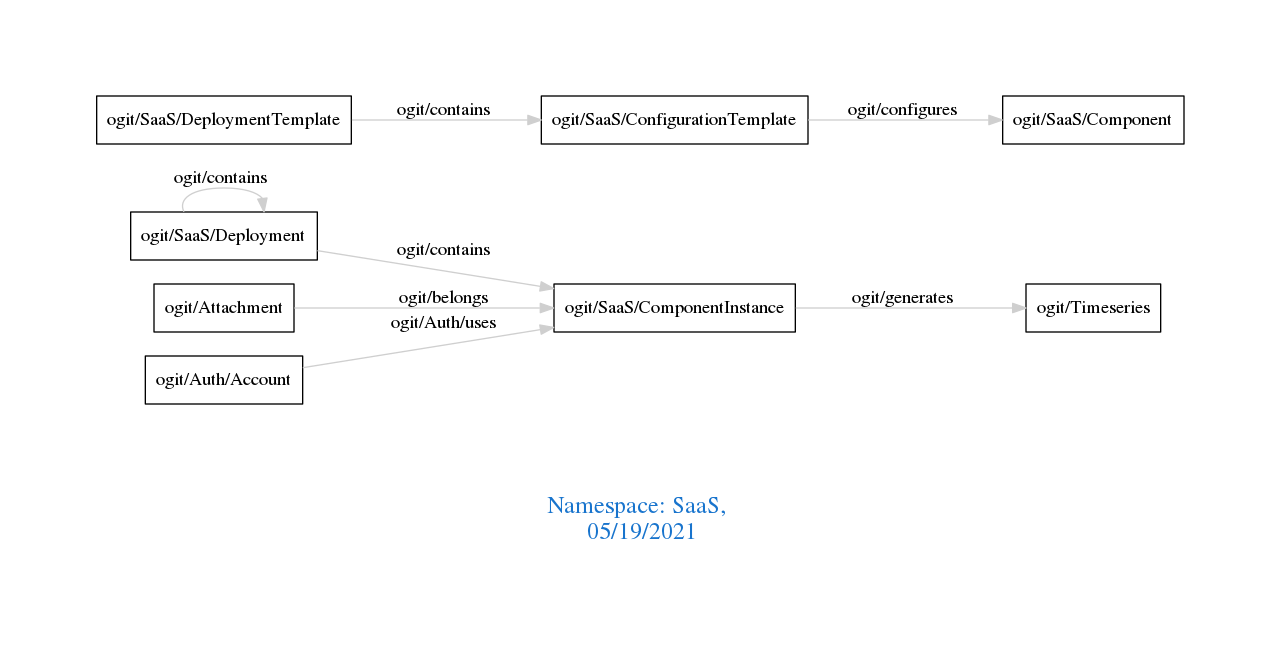
Before: downloads/SaaS.png, a diagram exported from Graphviz (arago/OGIT). Its source is kept beside it as downloads/SaaS.dot.
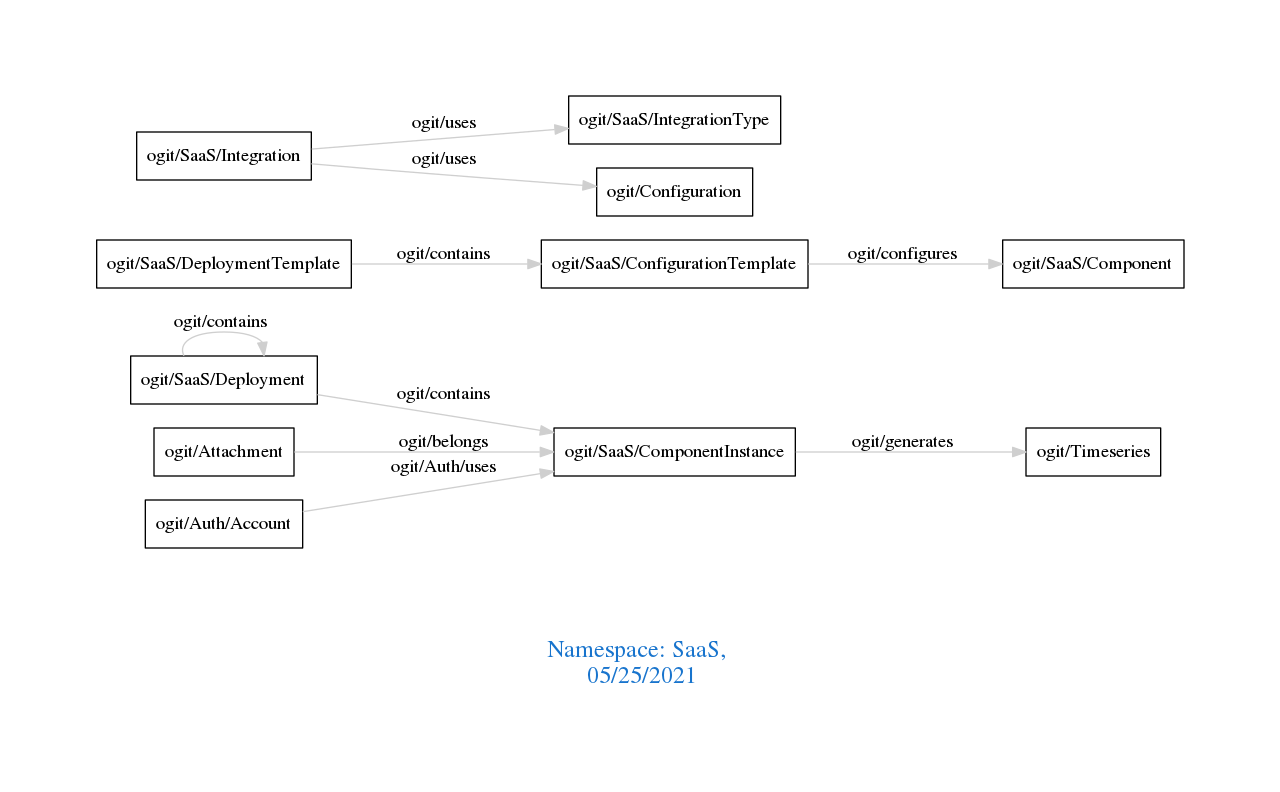
The same file after the commit.

Diff of the diagram source:
```diff
@@ -1,7 +1,7 @@
 digraph OGIT_ontology {
  graph [ rankdir= LR,pad=1
 fontsize = 18,
-fontcolor= dodgerblue3,label = "\n\n\nNamespace: SaaS, \n 05/19/2021"];
+fontcolor= dodgerblue3,label = "\n\n\nNamespace: SaaS, \n 05/25/2021"];
 node[shape=polygon];
 edge [  color="gray81"];
 
@@ -10,6 +10,8 @@
    "ogit/SaaS/ComponentInstance" -> "ogit/Timeseries" [label="   ogit/generates    "];
    "ogit/SaaS/ConfigurationTemplate" -> "ogit/SaaS/Component" [label="   ogit/configures    "];
    "ogit/Attachment" -> "ogit/SaaS/ComponentInstance" [label="   ogit/belongs    "];
+   "ogit/SaaS/Integration" -> "ogit/SaaS/IntegrationType" [label="   ogit/uses    "];
+   "ogit/SaaS/Integration" -> "ogit/Configuration" [label="   ogit/uses    "];
    "ogit/Auth/Account" -> "ogit/SaaS/ComponentInstance" [label="   ogit/Auth/uses    "];
    "ogit/SaaS/Deployment" -> "ogit/SaaS/Deployment" [label="   ogit/contains    "];
 }
```
